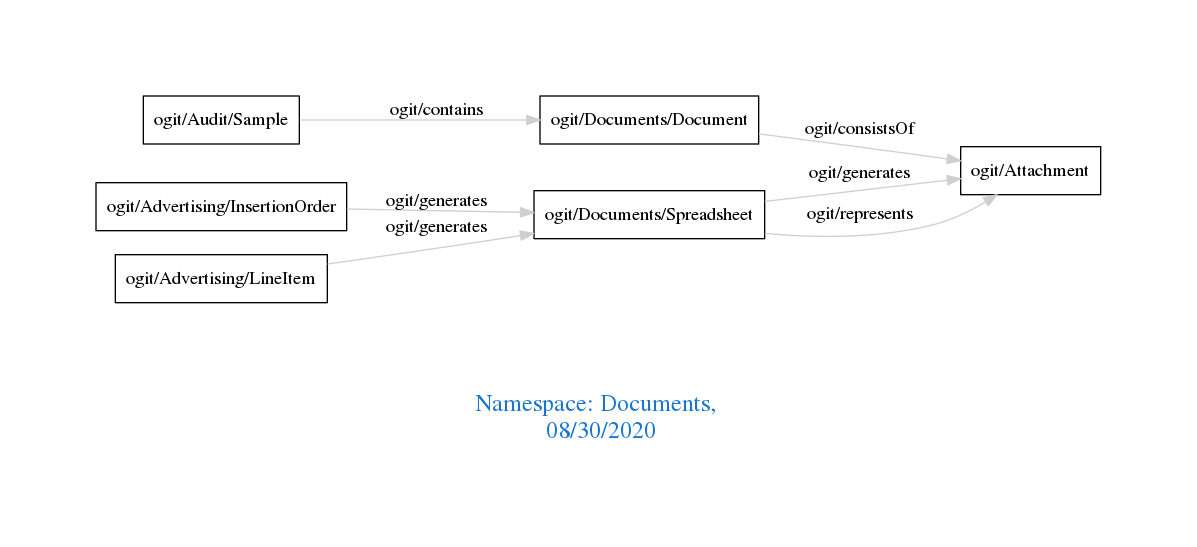
This is downloads/Documents.png from arago/OGIT, a Graphviz export, as it was before one commit. Its source is kept beside it as downloads/Documents.dot.
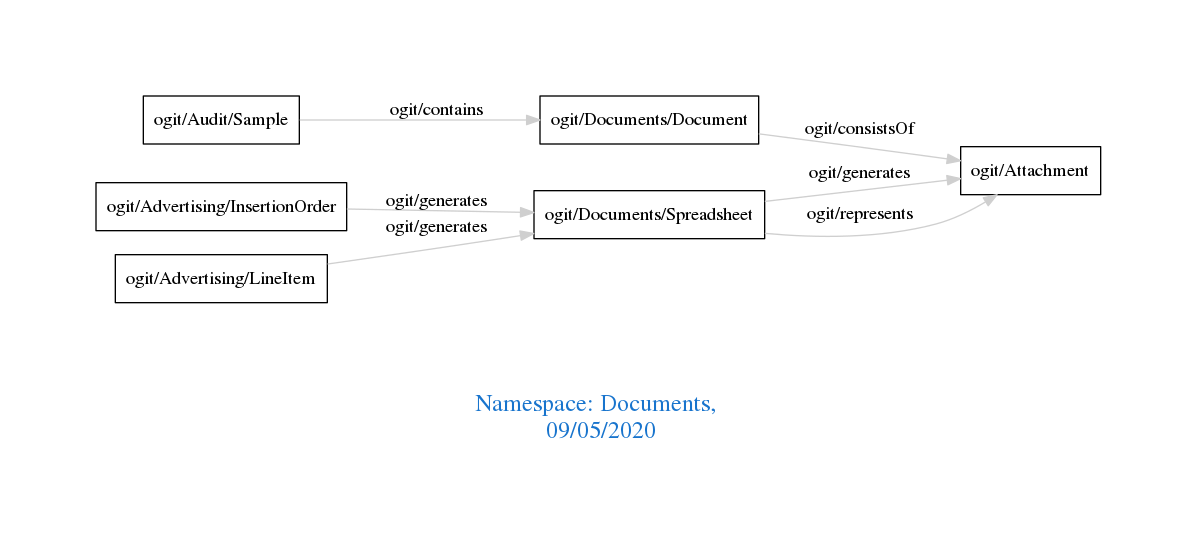
Above is the later version.

Change to the diagram source:
```diff
@@ -1,7 +1,7 @@
 digraph OGIT_ontology {
  graph [ rankdir= LR,pad=1
 fontsize = 18,
-fontcolor= dodgerblue3,label = "\n\n\nNamespace: Documents, \n 08/30/2020"];
+fontcolor= dodgerblue3,label = "\n\n\nNamespace: Documents, \n 09/05/2020"];
 node[shape=polygon];
 edge [  color="gray81"];
 
```
